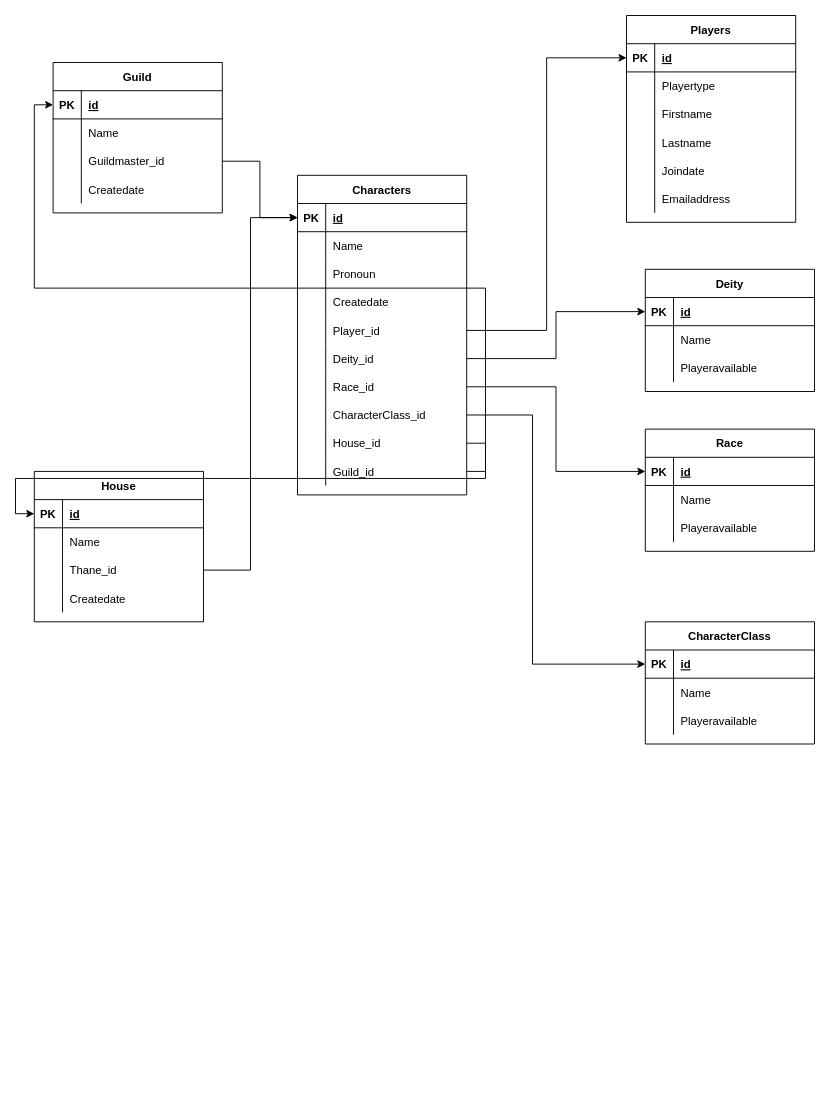
Before: db/DatabaseSchema.drawio in erict2/Myth, a draw.io diagram. Source tidied: cells renumbered, new cells numbered last; positions are measured from the earlier drawing's top-left corner, leaving out a move shared by most shapes. Both pictures are drawn from the tidied source at 94%, with x=0, y=0 at pixel (34, 15).
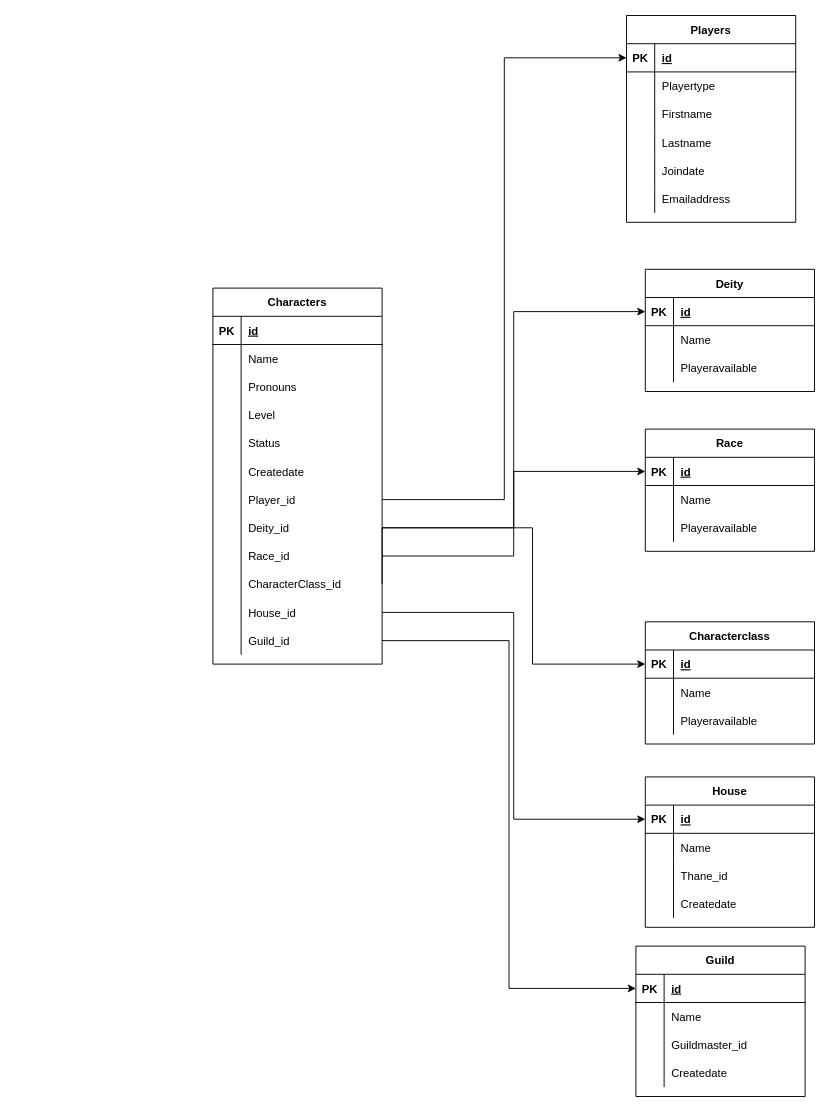
The same diagram, later.

Unchanged cells that the change refers to:
```xml
<mxCell id="22" style="shape=partialRectangle;fillColor=none;top=0;left=0;bottom=1;right=0;points=[[0,0.5],[1,0.5]];portConstraint=eastwest;" parent="21" vertex="1">
  <mxGeometry y="30" width="180" height="30" as="geometry" />
</mxCell>
<mxCell id="28" style="shape=partialRectangle;fillColor=none;top=0;left=0;bottom=0;right=0;" parent="21" vertex="1">
  <mxGeometry y="90" width="180" height="30" as="geometry" />
</mxCell>
<mxCell id="73" style="shape=partialRectangle;fillColor=none;top=0;left=0;bottom=1;right=0;points=[[0,0.5],[1,0.5]];portConstraint=eastwest;" parent="72" vertex="1">
  <mxGeometry y="30" width="180" height="30" as="geometry" />
</mxCell>
<mxCell id="89" style="shape=partialRectangle;fillColor=none;top=0;left=0;bottom=0;right=0;points=[[0,0.5],[1,0.5]];portConstraint=eastwest;" parent="82" vertex="1">
  <mxGeometry y="90" width="180" height="30" as="geometry" />
</mxCell>
<mxCell id="102" style="shape=partialRectangle;fillColor=none;top=0;left=0;bottom=0;right=0;points=[[0,0.5],[1,0.5]];portConstraint=eastwest;" parent="95" vertex="1">
  <mxGeometry y="90" width="180" height="30" as="geometry" />
</mxCell>
```

Change to the diagram source:
```diff
@@
     <mxCell id="21" value="Characters" style="shape=table;startSize=30;childLayout=tableLayout;rowLines=0;fontStyle=1;align=center;" parent="1" vertex="1">
-      <mxGeometry x="280" y="170" width="180" height="340" as="geometry" />
+      <mxGeometry x="190" y="290" width="180" height="400" as="geometry" />
     </mxCell>
@@
-    <mxCell id="30" value="Pronoun" style="shape=partialRectangle;fillColor=none;top=0;left=0;bottom=0;right=0;align=left;spacingLeft=6;overflow=hidden;" parent="28" vertex="1">
+    <mxCell id="30" value="Pronouns" style="shape=partialRectangle;fillColor=none;top=0;left=0;bottom=0;right=0;align=left;spacingLeft=6;overflow=hidden;" parent="28" vertex="1">
       <mxGeometry x="30" width="150" height="30" as="geometry" />
     </mxCell>
+    <mxCell id="116" style="shape=partialRectangle;fillColor=none;top=0;left=0;bottom=0;right=0;" parent="21" vertex="1">
+      <mxGeometry y="120" width="180" height="30" as="geometry" />
+    </mxCell>
+    <mxCell id="117" style="shape=partialRectangle;fillColor=none;top=0;left=0;bottom=0;right=0;overflow=hidden;" parent="116" vertex="1">
+      <mxGeometry width="30" height="30" as="geometry" />
+    </mxCell>
+    <mxCell id="118" value="Level" style="shape=partialRectangle;fillColor=none;top=0;left=0;bottom=0;right=0;align=left;spacingLeft=6;overflow=hidden;" parent="116" vertex="1">
+      <mxGeometry x="30" width="150" height="30" as="geometry" />
+    </mxCell>
+    <mxCell id="119" style="shape=partialRectangle;fillColor=none;top=0;left=0;bottom=0;right=0;" parent="21" vertex="1">
+      <mxGeometry y="150" width="180" height="30" as="geometry" />
+    </mxCell>
+    <mxCell id="120" style="shape=partialRectangle;fillColor=none;top=0;left=0;bottom=0;right=0;overflow=hidden;" parent="119" vertex="1">
+      <mxGeometry width="30" height="30" as="geometry" />
+    </mxCell>
+    <mxCell id="121" value="Status" style="shape=partialRectangle;fillColor=none;top=0;left=0;bottom=0;right=0;align=left;spacingLeft=6;overflow=hidden;" parent="119" vertex="1">
+      <mxGeometry x="30" width="150" height="30" as="geometry" />
+    </mxCell>
     <mxCell id="31" style="shape=partialRectangle;fillColor=none;top=0;left=0;bottom=0;right=0;" parent="21" vertex="1">
-      <mxGeometry y="120" width="180" height="30" as="geometry" />
+      <mxGeometry y="180" width="180" height="30" as="geometry" />
     </mxCell>
@@
     <mxCell id="34" style="shape=partialRectangle;fillColor=none;top=0;left=0;bottom=0;right=0;points=[[0,0.5],[1,0.5]];portConstraint=eastwest;" parent="21" vertex="1">
-      <mxGeometry y="150" width="180" height="30" as="geometry" />
+      <mxGeometry y="210" width="180" height="30" as="geometry" />
     </mxCell>
@@
     <mxCell id="37" style="shape=partialRectangle;fillColor=none;top=0;left=0;bottom=0;right=0;points=[[0,0.5],[1,0.5]];portConstraint=eastwest;" parent="21" vertex="1">
-      <mxGeometry y="180" width="180" height="30" as="geometry" />
+      <mxGeometry y="240" width="180" height="30" as="geometry" />
     </mxCell>
@@
     <mxCell id="40" style="shape=partialRectangle;fillColor=none;top=0;left=0;bottom=0;right=0;points=[[0,0.5],[1,0.5]];portConstraint=eastwest;" parent="21" vertex="1">
-      <mxGeometry y="210" width="180" height="30" as="geometry" />
+      <mxGeometry y="270" width="180" height="30" as="geometry" />
     </mxCell>
@@
     <mxCell id="43" style="shape=partialRectangle;fillColor=none;top=0;left=0;bottom=0;right=0;points=[[0,0.5],[1,0.5]];portConstraint=eastwest;" parent="21" vertex="1">
-      <mxGeometry y="240" width="180" height="30" as="geometry" />
+      <mxGeometry y="300" width="180" height="30" as="geometry" />
     </mxCell>
@@
     <mxCell id="46" style="shape=partialRectangle;fillColor=none;top=0;left=0;bottom=0;right=0;points=[[0,0.5],[1,0.5]];portConstraint=eastwest;" parent="21" vertex="1">
-      <mxGeometry y="270" width="180" height="30" as="geometry" />
+      <mxGeometry y="330" width="180" height="30" as="geometry" />
     </mxCell>
@@
     <mxCell id="49" style="shape=partialRectangle;fillColor=none;top=0;left=0;bottom=0;right=0;points=[[0,0.5],[1,0.5]];portConstraint=eastwest;" parent="21" vertex="1">
-      <mxGeometry y="300" width="180" height="30" as="geometry" />
+      <mxGeometry y="360" width="180" height="30" as="geometry" />
     </mxCell>
@@
-    <mxCell id="72" value="CharacterClass" style="shape=table;startSize=30;childLayout=tableLayout;rowLines=0;fontStyle=1;align=center;" parent="1" vertex="1">
+    <mxCell id="72" value="Characterclass" style="shape=table;startSize=30;childLayout=tableLayout;rowLines=0;fontStyle=1;align=center;" parent="1" vertex="1">
       <mxGeometry x="650" y="645" width="180" height="130" as="geometry" />
     </mxCell>
@@
     <mxCell id="82" value="Guild" style="shape=table;startSize=30;childLayout=tableLayout;rowLines=0;fontStyle=1;align=center;" parent="1" vertex="1">
-      <mxGeometry x="20" y="50" width="180" height="160" as="geometry" />
+      <mxGeometry x="640" y="990" width="180" height="160" as="geometry" />
     </mxCell>
@@
     <mxCell id="95" value="House" style="shape=table;startSize=30;childLayout=tableLayout;rowLines=0;fontStyle=1;align=center;" parent="1" vertex="1">
-      <mxGeometry y="485" width="180" height="160" as="geometry" />
+      <mxGeometry x="650" y="810" width="180" height="160" as="geometry" />
     </mxCell>
@@
     <mxCell id="111" style="edgeStyle=orthogonalEdgeStyle;rounded=0;jettySize=auto;html=1;exitX=1;exitY=0.5;exitDx=0;exitDy=0;entryX=0;entryY=0.5;entryDx=0;entryDy=0;" parent="1" edge="1" source="43" target="73">
       <mxGeometry relative="1" as="geometry">
         <Array as="points">
-          <mxPoint x="530" y="425" />
+          <mxPoint x="530" y="545" />
           <mxPoint x="530" y="690" />
         </Array>
       </mxGeometry>
     </mxCell>
-    <mxCell id="112" style="edgeStyle=orthogonalEdgeStyle;rounded=0;jettySize=auto;html=1;exitX=1;exitY=0.5;exitDx=0;exitDy=0;entryX=0;entryY=0.5;entryDx=0;entryDy=0;" parent="1" edge="1" source="102" target="22">
-      <mxGeometry relative="1" as="geometry" />
-    </mxCell>
-    <mxCell id="113" style="edgeStyle=orthogonalEdgeStyle;rounded=0;jettySize=auto;html=1;exitX=1;exitY=0.5;exitDx=0;exitDy=0;entryX=0;entryY=0.5;entryDx=0;entryDy=0;" parent="1" edge="1" source="89" target="22">
-      <mxGeometry relative="1" as="geometry" />
-    </mxCell>
```
